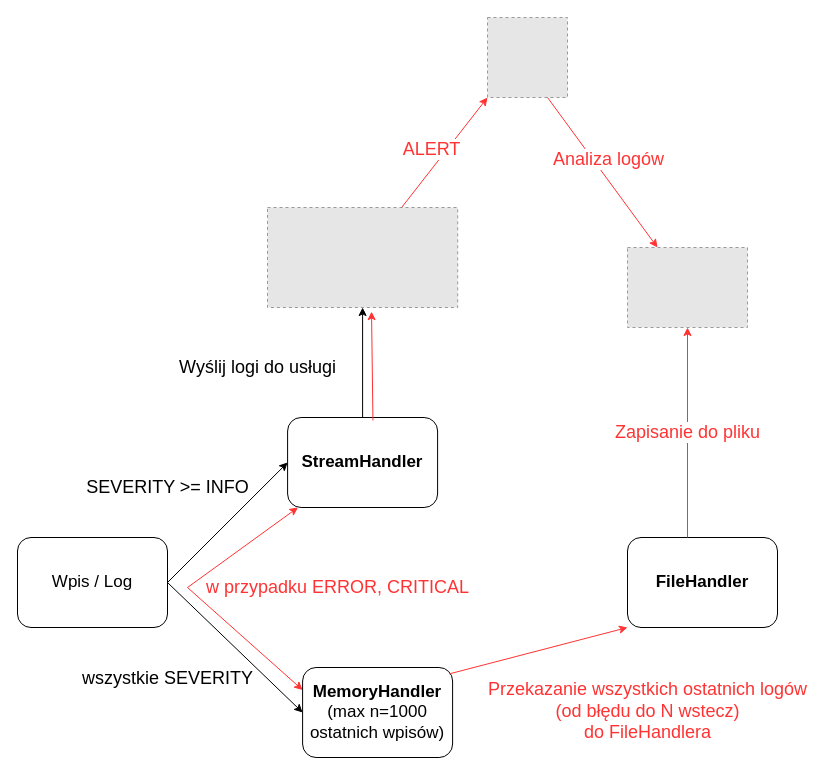
This is page "Page-6" (6 of 6) of Marcin/_Edukacja/Kurs Sages - Inżynier AI/Zajęcia/Diagram wdrożenie server.drawio from Magglish/obsidian, a draw.io file, before an edit. Source tidied: cells renumbered, new cells numbered last; positions are measured from the earlier drawing's top-left corner, leaving out a move shared by most shapes. Both pictures are drawn from the tidied source at 100%, with x=0, y=0 at pixel (17, 17). Pictures stored in the file or linked from it are replaced by grey dashed boxes.
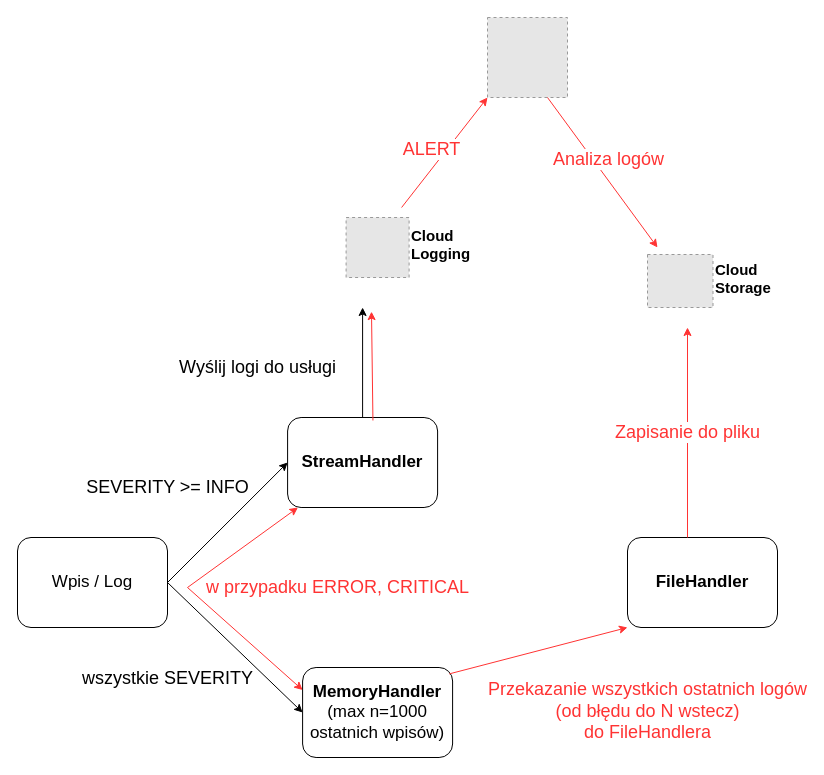
The same diagram, later.

The change refers to these unchanged cells:
```xml
<mxCell id="7" value="StreamHandler" style="rounded=1;whiteSpace=wrap;html=1;fontStyle=1;fontSize=17;" parent="1" vertex="1">
  <mxGeometry x="270.1" y="400" width="150" height="90" as="geometry" />
</mxCell>
<mxCell id="11" style="fillColor=#E6E6E6;strokeColor=#999999;dashed=1;verticalLabelPosition=bottom;labelBackgroundColor=default;verticalAlign=top;" parent="1" vertex="1">
  <mxGeometry x="470" width="80" height="80" as="geometry" />
</mxCell>
```

Diff of the diagram source:
```diff
@@
-    <mxCell id="6" value="Wyślij logi do usługi" style="edgeStyle=orthogonalEdgeStyle;rounded=0;jettySize=auto;html=1;exitX=0.5;exitY=0;exitDx=0;exitDy=0;entryX=0.5;entryY=1;entryDx=0;entryDy=0;fontSize=18;" parent="1" edge="1" source="7" target="8">
-      <mxGeometry x="-0.09" y="105" relative="1" as="geometry" />
+    <mxCell id="6" value="Wyślij logi do usługi" style="edgeStyle=orthogonalEdgeStyle;rounded=0;jettySize=auto;html=1;exitX=0.5;exitY=0;exitDx=0;exitDy=0;entryX=0.5;entryY=1;entryDx=0;entryDy=0;fontSize=18;" parent="1" edge="1" source="7">
+      <mxGeometry x="-0.09" y="105" relative="1" as="geometry">
+        <mxPoint x="345.1" y="290" as="targetPoint" />
+      </mxGeometry>
     </mxCell>
@@
-    <mxCell id="8" style="fillColor=#E6E6E6;strokeColor=#999999;dashed=1;verticalLabelPosition=bottom;labelBackgroundColor=default;verticalAlign=top;" parent="1" vertex="1">
-      <mxGeometry x="250" y="190" width="190.2" height="100" as="geometry" />
-    </mxCell>
@@
-    <mxCell id="10" style="rounded=0;jettySize=auto;html=1;startArrow=none;startFill=0;strokeColor=#FF3333;fontColor=#FF3333;entryX=0.547;entryY=1.041;entryDx=0;entryDy=0;entryPerimeter=0;exitX=0.569;exitY=0.033;exitDx=0;exitDy=0;exitPerimeter=0;" parent="1" edge="1" source="7" target="8">
-      <mxGeometry x="0.78" y="-66" relative="1" as="geometry" />
+    <mxCell id="10" style="rounded=0;jettySize=auto;html=1;startArrow=none;startFill=0;strokeColor=#FF3333;fontColor=#FF3333;entryX=0.547;entryY=1.041;entryDx=0;entryDy=0;entryPerimeter=0;exitX=0.569;exitY=0.033;exitDx=0;exitDy=0;exitPerimeter=0;" parent="1" edge="1" source="7">
+      <mxGeometry x="0.78" y="-66" relative="1" as="geometry">
+        <mxPoint x="354" y="294.1" as="targetPoint" />
+      </mxGeometry>
     </mxCell>
@@
-    <mxCell id="12" value="ALERT" style="rounded=0;jettySize=auto;html=1;startArrow=none;startFill=0;strokeColor=#FF3333;fontColor=#FF3333;entryX=0;entryY=1;entryDx=0;entryDy=0;fontSize=18;" parent="1" edge="1" source="8" target="11">
-      <mxGeometry x="-0.08" y="12" relative="1" as="geometry" />
+    <mxCell id="12" value="ALERT" style="rounded=0;jettySize=auto;html=1;startArrow=none;startFill=0;strokeColor=#FF3333;fontColor=#FF3333;entryX=0;entryY=1;entryDx=0;entryDy=0;fontSize=18;" parent="1" edge="1" target="11">
+      <mxGeometry x="-0.08" y="12" relative="1" as="geometry">
+        <mxPoint x="384.1" y="190" as="sourcePoint" />
+      </mxGeometry>
     </mxCell>
@@
-    <mxCell id="16" style="fillColor=#E6E6E6;strokeColor=#999999;dashed=1;verticalLabelPosition=bottom;labelBackgroundColor=default;verticalAlign=top;" parent="1" vertex="1">
-      <mxGeometry x="610" y="230" width="120" height="80" as="geometry" />
-    </mxCell>
-    <mxCell id="17" value="Zapisanie do pliku" style="rounded=0;jettySize=auto;html=1;startArrow=none;startFill=0;strokeColor=#FF3333;fontColor=#FF3333;entryX=0.5;entryY=1;entryDx=0;entryDy=0;fontSize=18;" parent="1" edge="1" target="16">
+    <mxCell id="17" value="Zapisanie do pliku" style="rounded=0;orthogonalLoop=1;jettySize=auto;html=1;startArrow=none;startFill=0;strokeColor=#FF3333;fontColor=#FF3333;entryX=0.5;entryY=1;entryDx=0;entryDy=0;fontSize=18;" parent="1" edge="1">
       <mxGeometry relative="1" as="geometry">
         <mxPoint x="670" y="520" as="sourcePoint" />
+        <mxPoint x="670" y="310" as="targetPoint" />
       </mxGeometry>
     </mxCell>
-    <mxCell id="18" value="Analiza logów" style="rounded=0;jettySize=auto;html=1;startArrow=none;startFill=0;strokeColor=#FF3333;fontColor=#FF3333;exitX=0.75;exitY=1;exitDx=0;exitDy=0;entryX=0.25;entryY=0;entryDx=0;entryDy=0;fontSize=18;" parent="1" edge="1" source="11" target="16">
-      <mxGeometry x="-0.08" y="12" relative="1" as="geometry" />
+    <mxCell id="18" value="Analiza logów" style="rounded=0;jettySize=auto;html=1;startArrow=none;startFill=0;strokeColor=#FF3333;fontColor=#FF3333;exitX=0.75;exitY=1;exitDx=0;exitDy=0;entryX=0.25;entryY=0;entryDx=0;entryDy=0;fontSize=18;" parent="1" edge="1" source="11">
+      <mxGeometry x="-0.08" y="12" relative="1" as="geometry">
+        <mxPoint x="640" y="230" as="targetPoint" />
+      </mxGeometry>
     </mxCell>
+    <mxCell id="19" value="Cloud&#10;Logging" style="fillColor=#E6E6E6;strokeColor=#999999;dashed=1;html=1;verticalAlign=middle;labelPosition=right;verticalLabelPosition=middle;align=left;spacingTop=-6;fontSize=15;fontStyle=1;fontColor=#000000;" parent="1" vertex="1">
+      <mxGeometry x="328.6" y="200" width="63" height="60" as="geometry" />
+    </mxCell>
+    <mxCell id="20" value="Cloud&#10;Storage" style="fillColor=#E6E6E6;strokeColor=#999999;dashed=1;html=1;verticalAlign=middle;labelPosition=right;verticalLabelPosition=middle;align=left;spacingTop=-6;fontSize=15;fontStyle=1;fontColor=#000000;" parent="1" vertex="1">
+      <mxGeometry x="630" y="237" width="65.5" height="53" as="geometry" />
+    </mxCell>
```
